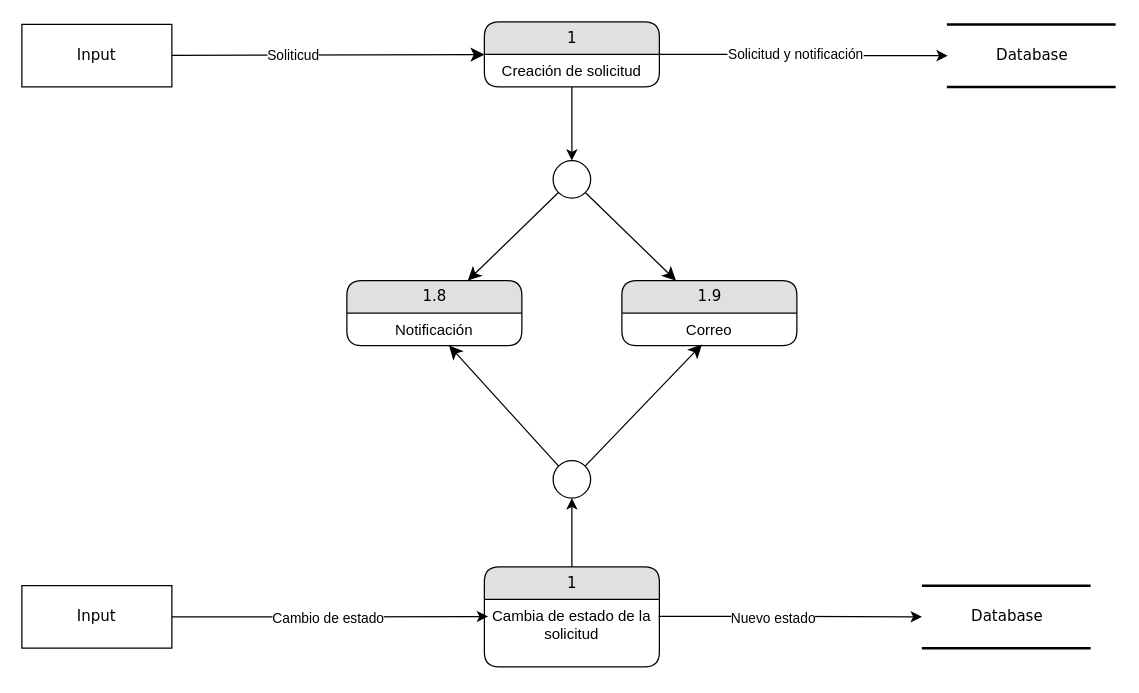
This is dfd.drawio from JhefersonCh/agricapital-pt-data, a draw.io file, before an edit. Source tidied: cells renumbered, new cells numbered last; positions are measured from the earlier drawing's top-left corner, leaving out a move shared by most shapes. Both pictures are drawn from the tidied source at 125%, with x=0, y=0 at pixel (21, 21).
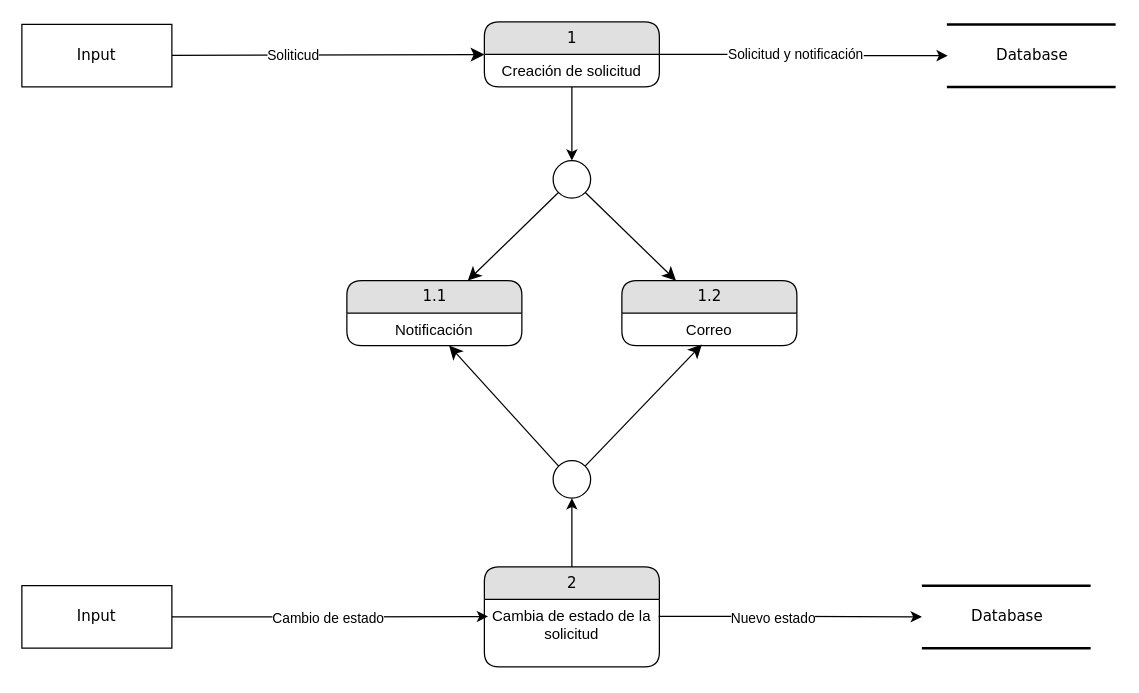
The same diagram, later.

Commit message:
:refactor: Actualización del dfd

Diff of the diagram source:
```diff
@@
-    <mxCell id="9" value="1.9" style="swimlane;html=1;fontStyle=0;horizontal=1;startSize=26;fillColor=#e0e0e0;swimlaneFillColor=#ffffff;align=center;rounded=1;shadow=0;comic=0;labelBackgroundColor=none;strokeWidth=1;fontFamily=Verdana;fontSize=12;" parent="1" vertex="1">
+    <mxCell id="9" value="1.2" style="swimlane;html=1;fontStyle=0;horizontal=1;startSize=26;fillColor=#e0e0e0;swimlaneFillColor=#ffffff;align=center;rounded=1;shadow=0;comic=0;labelBackgroundColor=none;strokeWidth=1;fontFamily=Verdana;fontSize=12;" parent="1" vertex="1">
       <mxGeometry x="480" y="207" width="140" height="52" as="geometry" />
     </mxCell>
@@
-    <mxCell id="12" value="1.8" style="swimlane;html=1;fontStyle=0;horizontal=1;startSize=26;fillColor=#e0e0e0;swimlaneFillColor=#ffffff;align=center;rounded=1;shadow=0;comic=0;labelBackgroundColor=none;strokeWidth=1;fontFamily=Verdana;fontSize=12;" parent="1" vertex="1">
+    <mxCell id="12" value="1.1" style="swimlane;html=1;fontStyle=0;horizontal=1;startSize=26;fillColor=#e0e0e0;swimlaneFillColor=#ffffff;align=center;rounded=1;shadow=0;comic=0;labelBackgroundColor=none;strokeWidth=1;fontFamily=Verdana;fontSize=12;" parent="1" vertex="1">
       <mxGeometry x="260" y="207" width="140" height="52" as="geometry" />
     </mxCell>
@@
-    <mxCell id="23" value="1" style="swimlane;html=1;fontStyle=0;horizontal=1;startSize=26;fillColor=#e0e0e0;swimlaneFillColor=#ffffff;align=center;rounded=1;shadow=0;comic=0;labelBackgroundColor=none;strokeWidth=1;fontFamily=Verdana;fontSize=12;" parent="1" vertex="1">
+    <mxCell id="23" value="2" style="swimlane;html=1;fontStyle=0;horizontal=1;startSize=26;fillColor=#e0e0e0;swimlaneFillColor=#ffffff;align=center;rounded=1;shadow=0;comic=0;labelBackgroundColor=none;strokeWidth=1;fontFamily=Verdana;fontSize=12;" parent="1" vertex="1">
       <mxGeometry x="370" y="436" width="140" height="80" as="geometry" />
     </mxCell>
```
